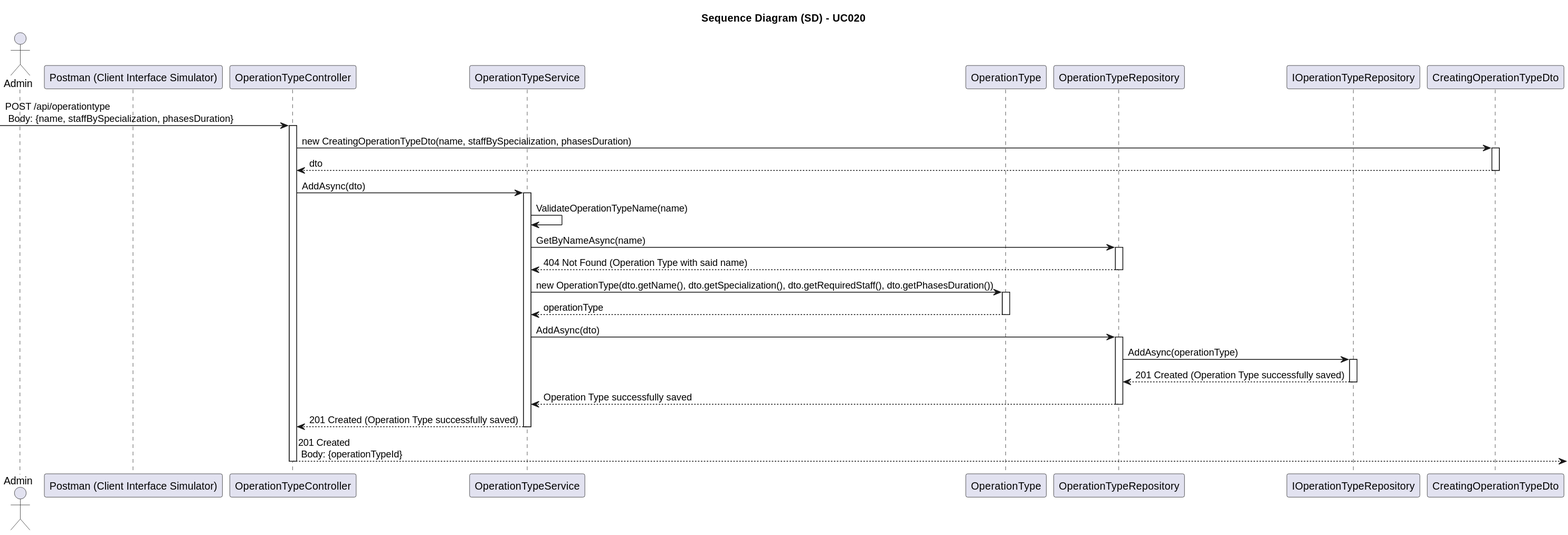
1221124/sem5pi-24-25-g031 keeps this PlantUML diagram as docs/SprintA/UseCases/UC020/03.design/svg/uc020-sequence-diagram.svg. Above is the earlier version.
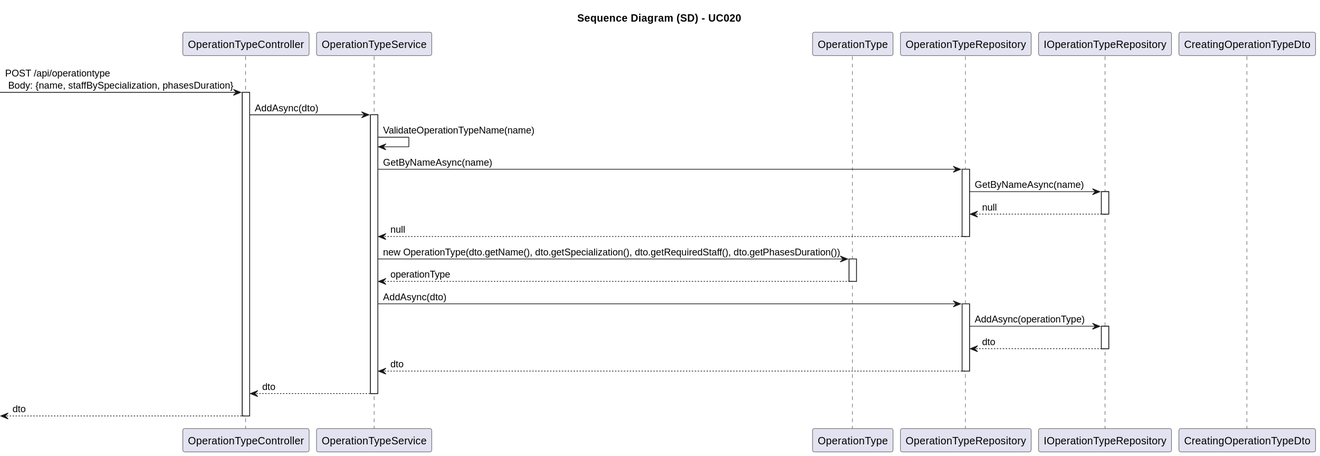
Above is the later version.

Change to the diagram source:
```diff
@@ -6,8 +6,6 @@
 
 title Sequence Diagram (SD) - UC020
 
-actor Admin as Adm
-participant "Postman (Client Interface Simulator)" as Client
 participant "OperationTypeController" as Controller
 participant "OperationTypeService" as Service
 participant "OperationType" as Domain
@@ -19,14 +17,6 @@
 
 activate Controller
 
-    Controller -> Dto: new CreatingOperationTypeDto(name, staffBySpecialization, phasesDuration)
-
-    activate Dto
-
-        Dto --> Controller: dto
-
-    deactivate Dto
-
     Controller -> Service: AddAsync(dto)
 
     activate Service
@@ -37,7 +27,15 @@
 
         activate Repository
 
-            Repository --> Service: 404 Not Found (Operation Type with said name)
+            Repository -> IRepo: GetByNameAsync(name)
+
+            activate IRepo
+
+                IRepo --> Repository: null
+
+            deactivate IRepo
+
+            Repository --> Service: null
 
         deactivate Repository
 
@@ -57,19 +55,19 @@
 
             activate IRepo
 
-                IRepo --> Repository: 201 Created (Operation Type successfully saved)
+                IRepo --> Repository: dto
 
             deactivate IRepo
 
-            Repository --> Service: Operation Type successfully saved
+            Repository --> Service: dto
 
         deactivate Repository
 
-        Service --> Controller: 201 Created (Operation Type successfully saved)
+        Service --> Controller: dto
 
     deactivate Service
 
-    Controller --> : 201 Created \n Body: {operationTypeId}
+    <-- Controller : dto
 
 deactivate Controller
 @enduml
```
